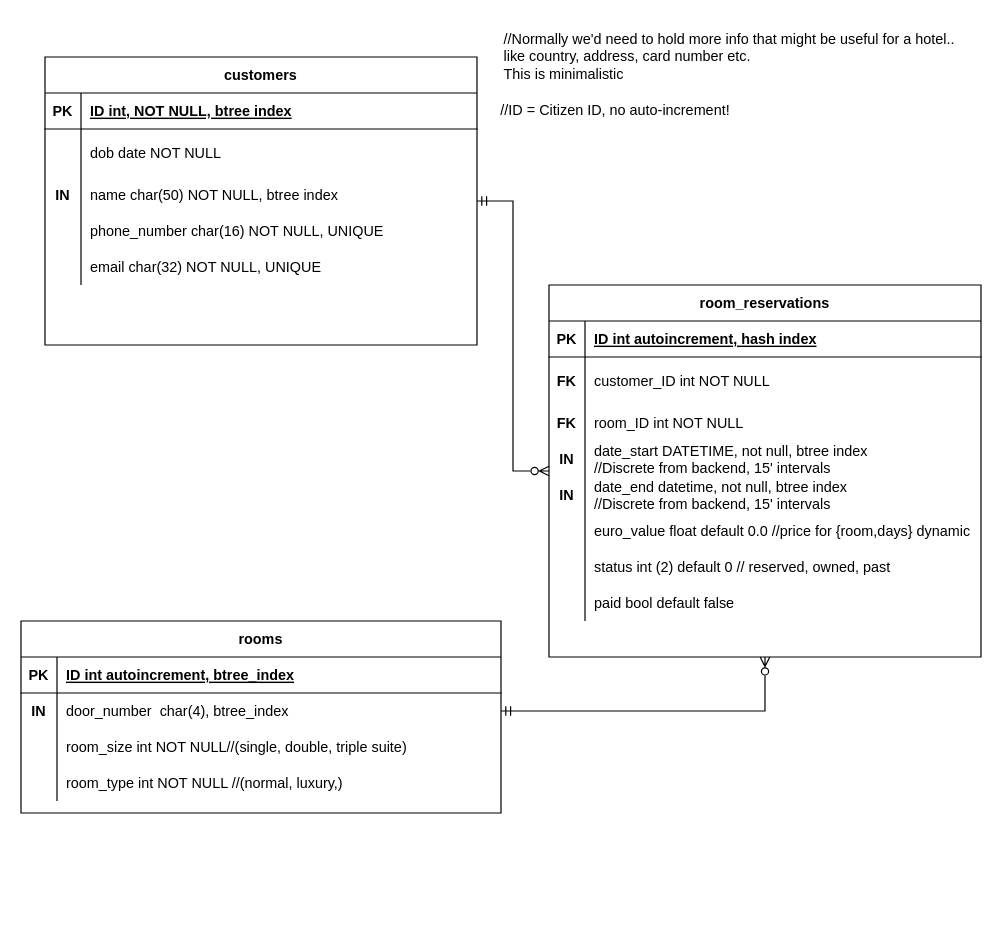
Kam1goroshi/DatabasesAssignment keeps this draw.io diagram as hotel.drawio. Above is the earlier version. Source tidied: cells renumbered, new cells numbered last; positions are measured from the earlier drawing's top-left corner, leaving out a move shared by most shapes. Both pictures are drawn from the tidied source at 120%, with x=0, y=0 at pixel (20, 20).
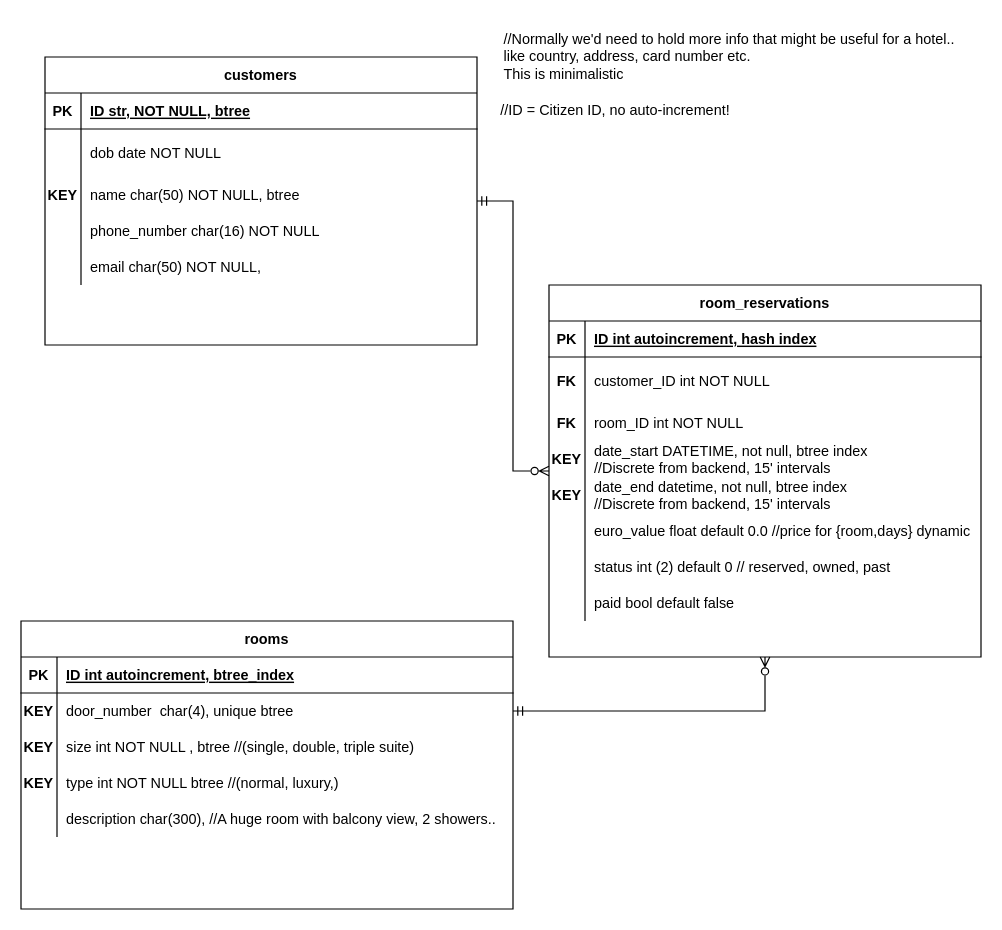
After the change.

Unchanged cells that the change refers to:
```xml
<mxCell id="17" style="shape=partialRectangle;fillColor=none;top=0;left=0;right=0;bottom=1;" parent="16" vertex="1">
  <mxGeometry y="30" width="360" height="30" as="geometry" />
</mxCell>
<mxCell id="23" style="shape=partialRectangle;fillColor=none;top=0;left=0;right=0;bottom=0;" parent="16" vertex="1">
  <mxGeometry y="100" width="360" height="30" as="geometry" />
</mxCell>
<mxCell id="26" style="shape=partialRectangle;fillColor=none;top=0;left=0;right=0;bottom=0;" parent="16" vertex="1">
  <mxGeometry y="130" width="360" height="30" as="geometry" />
</mxCell>
<mxCell id="29" style="shape=partialRectangle;fillColor=none;top=0;left=0;right=0;bottom=0;" parent="16" vertex="1">
  <mxGeometry y="160" width="360" height="30" as="geometry" />
</mxCell>
<mxCell id="42" style="shape=partialRectangle;fillColor=none;top=0;left=0;right=0;bottom=0;" parent="32" vertex="1">
  <mxGeometry y="130" width="360" height="30" as="geometry" />
</mxCell>
<mxCell id="45" style="shape=partialRectangle;fillColor=none;top=0;left=0;right=0;bottom=0;" parent="32" vertex="1">
  <mxGeometry y="160" width="360" height="30" as="geometry" />
</mxCell>
```

Diff of the diagram source:
```diff
@@
     <mxCell id="2" value="rooms" style="shape=table;startSize=30;childLayout=tableLayout;rowLines=0;fontStyle=1;align=center;" parent="1" vertex="1">
-      <mxGeometry y="500" width="400" height="160" as="geometry" />
+      <mxGeometry y="500" width="410" height="240" as="geometry" />
     </mxCell>
     <mxCell id="3" style="shape=partialRectangle;fillColor=none;top=0;left=0;right=0;bottom=1;" parent="2" vertex="1">
-      <mxGeometry y="30" width="400" height="30" as="geometry" />
+      <mxGeometry y="30" width="410" height="30" as="geometry" />
     </mxCell>
@@
     <mxCell id="5" value="ID int autoincrement, btree_index" style="shape=partialRectangle;overflow=hidden;fillColor=none;top=0;left=0;bottom=0;right=0;align=left;spacingLeft=6;fontStyle=5;" parent="3" vertex="1">
-      <mxGeometry x="30" width="370" height="30" as="geometry" />
+      <mxGeometry x="30" width="380" height="30" as="geometry" />
     </mxCell>
     <mxCell id="6" style="shape=partialRectangle;fillColor=none;points=[[0,0.5],[1,0.5]];portConstraint=eastwest;top=0;left=0;right=0;bottom=0;" parent="2" vertex="1">
-      <mxGeometry y="60" width="400" height="30" as="geometry" />
+      <mxGeometry y="60" width="410" height="30" as="geometry" />
     </mxCell>
-    <mxCell id="7" value="IN" style="shape=partialRectangle;overflow=hidden;fillColor=none;top=0;left=0;bottom=0;right=0;fontStyle=1;" parent="6" vertex="1">
+    <mxCell id="7" value="KEY" style="shape=partialRectangle;overflow=hidden;fillColor=none;top=0;left=0;bottom=0;right=0;fontStyle=1;" parent="6" vertex="1">
       <mxGeometry width="30" height="30" as="geometry" />
     </mxCell>
-    <mxCell id="8" value="door_number  char(4), btree_index" style="shape=partialRectangle;overflow=hidden;fillColor=none;top=0;left=0;bottom=0;right=0;align=left;spacingLeft=6;" parent="6" vertex="1">
-      <mxGeometry x="30" width="370" height="30" as="geometry" />
+    <mxCell id="8" value="door_number  char(4), unique btree" style="shape=partialRectangle;overflow=hidden;fillColor=none;top=0;left=0;bottom=0;right=0;align=left;spacingLeft=6;" parent="6" vertex="1">
+      <mxGeometry x="30" width="380" height="30" as="geometry" />
     </mxCell>
     <mxCell id="9" style="shape=partialRectangle;fillColor=none;top=0;left=0;right=0;bottom=0;" parent="2" vertex="1">
-      <mxGeometry y="90" width="400" height="30" as="geometry" />
+      <mxGeometry y="90" width="410" height="30" as="geometry" />
     </mxCell>
-    <mxCell id="10" style="shape=partialRectangle;overflow=hidden;fillColor=none;top=0;left=0;bottom=0;right=0;" parent="9" vertex="1">
+    <mxCell id="10" value="KEY" style="shape=partialRectangle;overflow=hidden;fillColor=none;top=0;left=0;bottom=0;right=0;fontStyle=1;" parent="9" vertex="1">
       <mxGeometry width="30" height="30" as="geometry" />
     </mxCell>
-    <mxCell id="11" value="room_size int NOT NULL//(single, double, triple suite)" style="shape=partialRectangle;overflow=hidden;fillColor=none;top=0;left=0;bottom=0;right=0;align=left;spacingLeft=6;" parent="9" vertex="1">
-      <mxGeometry x="30" width="370" height="30" as="geometry" />
+    <mxCell id="11" value="size int NOT NULL , btree //(single, double, triple suite)" style="shape=partialRectangle;overflow=hidden;fillColor=none;top=0;left=0;bottom=0;right=0;align=left;spacingLeft=6;" parent="9" vertex="1">
+      <mxGeometry x="30" width="380" height="30" as="geometry" />
     </mxCell>
     <mxCell id="12" style="shape=partialRectangle;fillColor=none;top=0;left=0;right=0;bottom=0;" parent="2" vertex="1">
-      <mxGeometry y="120" width="400" height="30" as="geometry" />
+      <mxGeometry y="120" width="410" height="30" as="geometry" />
     </mxCell>
-    <mxCell id="13" style="shape=partialRectangle;overflow=hidden;fillColor=none;top=0;left=0;bottom=0;right=0;" parent="12" vertex="1">
+    <mxCell id="13" value="KEY" style="shape=partialRectangle;overflow=hidden;fillColor=none;top=0;left=0;bottom=0;right=0;fontStyle=1;" parent="12" vertex="1">
       <mxGeometry width="30" height="30" as="geometry" />
     </mxCell>
-    <mxCell id="14" value="room_type int NOT NULL //(normal, luxury,)" style="shape=partialRectangle;overflow=hidden;fillColor=none;top=0;left=0;bottom=0;right=0;align=left;spacingLeft=6;" parent="12" vertex="1">
-      <mxGeometry x="30" width="370" height="30" as="geometry" />
+    <mxCell id="14" value="type int NOT NULL btree //(normal, luxury,)" style="shape=partialRectangle;overflow=hidden;fillColor=none;top=0;left=0;bottom=0;right=0;align=left;spacingLeft=6;" parent="12" vertex="1">
+      <mxGeometry x="30" width="380" height="30" as="geometry" />
     </mxCell>
+    <mxCell id="60" style="shape=partialRectangle;fillColor=none;top=0;left=0;right=0;bottom=0;" parent="2" vertex="1">
+      <mxGeometry y="150" width="410" height="30" as="geometry" />
+    </mxCell>
+    <mxCell id="61" style="shape=partialRectangle;overflow=hidden;fillColor=none;top=0;left=0;bottom=0;right=0;fontStyle=1;" parent="60" vertex="1">
+      <mxGeometry width="30" height="30" as="geometry" />
+    </mxCell>
+    <mxCell id="62" value="description char(300), //A huge room with balcony view, 2 showers.." style="shape=partialRectangle;overflow=hidden;fillColor=none;top=0;left=0;bottom=0;right=0;align=left;spacingLeft=6;" parent="60" vertex="1">
+      <mxGeometry x="30" width="380" height="30" as="geometry" />
+    </mxCell>
@@
-    <mxCell id="19" value="ID int, NOT NULL, btree index" style="shape=partialRectangle;overflow=hidden;fillColor=none;top=0;left=0;bottom=0;right=0;align=left;spacingLeft=6;fontStyle=5;" parent="17" vertex="1">
+    <mxCell id="19" value="ID str, NOT NULL, btree" style="shape=partialRectangle;overflow=hidden;fillColor=none;top=0;left=0;bottom=0;right=0;align=left;spacingLeft=6;fontStyle=5;" parent="17" vertex="1">
       <mxGeometry x="30" width="330" height="30" as="geometry" />
     </mxCell>
@@
-    <mxCell id="24" value="IN" style="shape=partialRectangle;overflow=hidden;fillColor=none;top=0;left=0;bottom=0;right=0;fontStyle=1;" parent="23" vertex="1">
+    <mxCell id="24" value="KEY" style="shape=partialRectangle;overflow=hidden;fillColor=none;top=0;left=0;bottom=0;right=0;fontStyle=1;" parent="23" vertex="1">
       <mxGeometry width="30" height="30" as="geometry" />
     </mxCell>
-    <mxCell id="25" value="name char(50) NOT NULL, btree index" style="shape=partialRectangle;overflow=hidden;fillColor=none;top=0;left=0;bottom=0;right=0;align=left;spacingLeft=6;" parent="23" vertex="1">
+    <mxCell id="25" value="name char(50) NOT NULL, btree" style="shape=partialRectangle;overflow=hidden;fillColor=none;top=0;left=0;bottom=0;right=0;align=left;spacingLeft=6;" parent="23" vertex="1">
       <mxGeometry x="30" width="330" height="30" as="geometry" />
     </mxCell>
@@
-    <mxCell id="28" value="phone_number char(16) NOT NULL, UNIQUE" style="shape=partialRectangle;overflow=hidden;fillColor=none;top=0;left=0;bottom=0;right=0;align=left;spacingLeft=6;" parent="26" vertex="1">
+    <mxCell id="28" value="phone_number char(16) NOT NULL" style="shape=partialRectangle;overflow=hidden;fillColor=none;top=0;left=0;bottom=0;right=0;align=left;spacingLeft=6;" parent="26" vertex="1">
       <mxGeometry x="30" width="330" height="30" as="geometry" />
     </mxCell>
@@
-    <mxCell id="31" value="email char(32) NOT NULL, UNIQUE" style="shape=partialRectangle;overflow=hidden;fillColor=none;top=0;left=0;bottom=0;right=0;align=left;spacingLeft=6;" parent="29" vertex="1">
+    <mxCell id="31" value="email char(50) NOT NULL," style="shape=partialRectangle;overflow=hidden;fillColor=none;top=0;left=0;bottom=0;right=0;align=left;spacingLeft=6;" parent="29" vertex="1">
       <mxGeometry x="30" width="330" height="30" as="geometry" />
     </mxCell>
@@
-    <mxCell id="43" value="IN" style="shape=partialRectangle;overflow=hidden;fillColor=none;top=0;left=0;bottom=0;right=0;fontStyle=1;" parent="42" vertex="1">
+    <mxCell id="43" value="KEY" style="shape=partialRectangle;overflow=hidden;fillColor=none;top=0;left=0;bottom=0;right=0;fontStyle=1;" parent="42" vertex="1">
       <mxGeometry width="30" height="30" as="geometry" />
     </mxCell>
@@
-    <mxCell id="46" value="IN" style="shape=partialRectangle;overflow=hidden;fillColor=none;top=0;left=0;bottom=0;right=0;fontStyle=1;" parent="45" vertex="1">
+    <mxCell id="46" value="KEY" style="shape=partialRectangle;overflow=hidden;fillColor=none;top=0;left=0;bottom=0;right=0;fontStyle=1;" parent="45" vertex="1">
       <mxGeometry width="30" height="30" as="geometry" />
     </mxCell>
```
